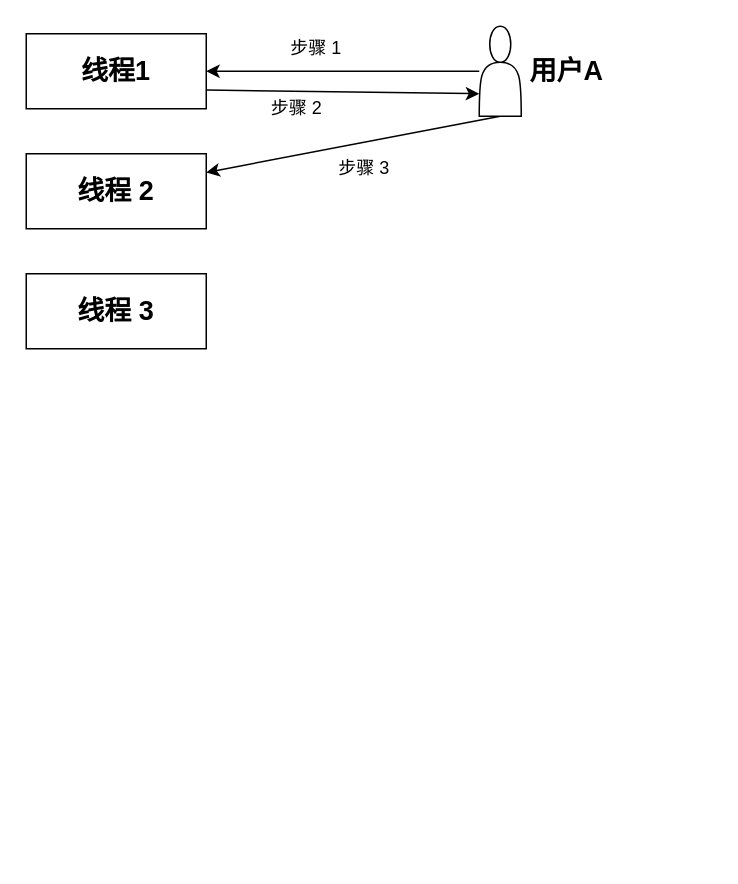
This is udp.drawio from ggandycong/blog-image, a draw.io file, before an edit. Source tidied: cells renumbered, new cells numbered last; positions are measured from the earlier drawing's top-left corner, leaving out a move shared by most shapes. Both pictures are drawn from the tidied source at 150%, with x=0, y=0 at pixel (26, 26).
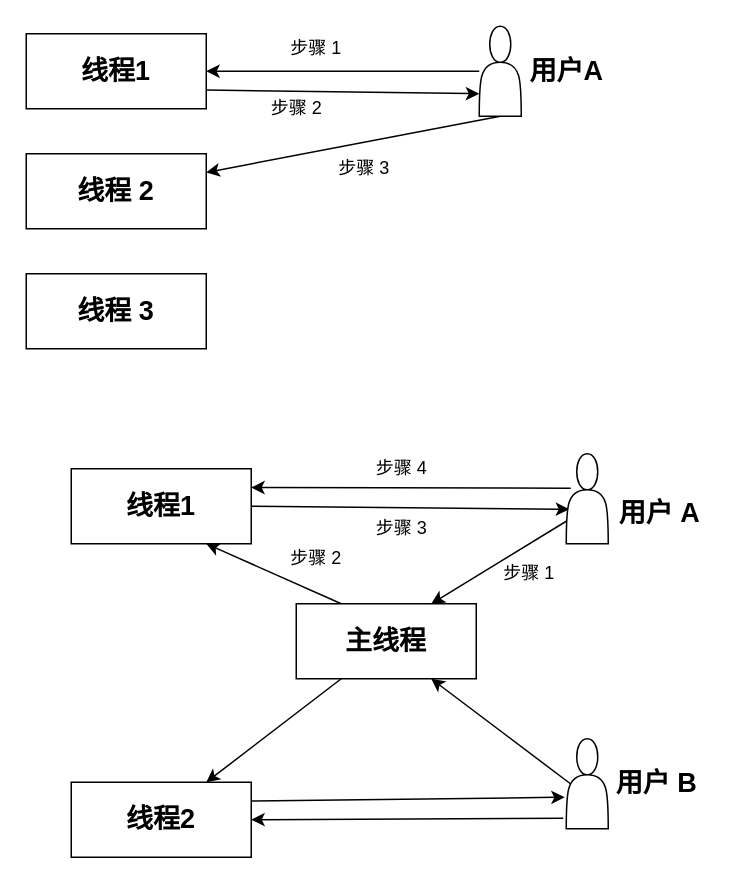
Above is the later version.

Diff of the diagram source:
```diff
@@
+    <mxCell id="13" style="edgeStyle=none;rounded=0;jettySize=auto;html=1;exitX=1;exitY=0.5;exitDx=0;exitDy=0;entryX=0.071;entryY=0.617;entryDx=0;entryDy=0;entryPerimeter=0;fontFamily=Helvetica;" parent="1" edge="1" source="14" target="20">
+      <mxGeometry relative="1" as="geometry" />
+    </mxCell>
+    <mxCell id="14" value="&lt;font style=&quot;font-size: 18px&quot;&gt;&lt;b&gt;线程1&lt;/b&gt;&lt;/font&gt;" style="rounded=0;whiteSpace=wrap;html=1;" parent="1" vertex="1">
+      <mxGeometry x="30" y="295" width="120" height="50" as="geometry" />
+    </mxCell>
+    <mxCell id="15" style="edgeStyle=none;rounded=0;jettySize=auto;html=1;exitX=0.25;exitY=0;exitDx=0;exitDy=0;entryX=0.75;entryY=1;entryDx=0;entryDy=0;fontFamily=Helvetica;" parent="1" edge="1" source="17" target="14">
+      <mxGeometry relative="1" as="geometry" />
+    </mxCell>
+    <mxCell id="16" style="edgeStyle=none;rounded=0;jettySize=auto;html=1;exitX=0.25;exitY=1;exitDx=0;exitDy=0;entryX=0.75;entryY=0;entryDx=0;entryDy=0;fontFamily=Helvetica;" parent="1" edge="1" source="17" target="22">
+      <mxGeometry relative="1" as="geometry" />
+    </mxCell>
+    <mxCell id="17" value="&lt;font style=&quot;font-size: 18px&quot;&gt;&lt;b&gt;主线程&lt;/b&gt;&lt;/font&gt;" style="rounded=0;whiteSpace=wrap;html=1;" parent="1" vertex="1">
+      <mxGeometry x="180" y="385" width="120" height="50" as="geometry" />
+    </mxCell>
+    <mxCell id="18" style="edgeStyle=none;rounded=0;jettySize=auto;html=1;exitX=0;exitY=0.75;exitDx=0;exitDy=0;entryX=0.75;entryY=0;entryDx=0;entryDy=0;fontFamily=Helvetica;" parent="1" edge="1" source="20" target="17">
+      <mxGeometry relative="1" as="geometry" />
+    </mxCell>
+    <mxCell id="19" style="edgeStyle=none;rounded=0;jettySize=auto;html=1;entryX=1;entryY=0.25;entryDx=0;entryDy=0;fontFamily=Helvetica;" parent="1" edge="1" target="14">
+      <mxGeometry relative="1" as="geometry">
+        <mxPoint x="363" y="308" as="sourcePoint" />
+      </mxGeometry>
+    </mxCell>
+    <mxCell id="20" style="shape=actor;whiteSpace=wrap;html=1;fontFamily=Helvetica;" parent="1" vertex="1">
+      <mxGeometry x="360" y="285" width="28" height="60" as="geometry" />
+    </mxCell>
+    <mxCell id="21" style="edgeStyle=none;rounded=0;jettySize=auto;html=1;exitX=1;exitY=0.25;exitDx=0;exitDy=0;entryX=-0.036;entryY=0.65;entryDx=0;entryDy=0;entryPerimeter=0;fontFamily=Helvetica;" parent="1" edge="1" source="22" target="25">
+      <mxGeometry relative="1" as="geometry" />
+    </mxCell>
+    <mxCell id="22" value="&lt;font style=&quot;font-size: 18px&quot;&gt;&lt;b&gt;线程2&lt;/b&gt;&lt;/font&gt;" style="rounded=0;whiteSpace=wrap;html=1;" parent="1" vertex="1">
+      <mxGeometry x="30" y="504" width="120" height="50" as="geometry" />
+    </mxCell>
+    <mxCell id="23" style="edgeStyle=none;rounded=0;jettySize=auto;html=1;exitX=0.1;exitY=0.5;exitDx=0;exitDy=0;exitPerimeter=0;entryX=0.75;entryY=1;entryDx=0;entryDy=0;fontFamily=Helvetica;" parent="1" edge="1" source="25" target="17">
+      <mxGeometry relative="1" as="geometry" />
+    </mxCell>
+    <mxCell id="24" style="edgeStyle=none;rounded=0;jettySize=auto;html=1;exitX=-0.071;exitY=0.883;exitDx=0;exitDy=0;entryX=1;entryY=0.5;entryDx=0;entryDy=0;fontFamily=Helvetica;exitPerimeter=0;" parent="1" edge="1" source="25" target="22">
+      <mxGeometry relative="1" as="geometry" />
+    </mxCell>
+    <mxCell id="25" style="shape=actor;whiteSpace=wrap;html=1;fontFamily=Helvetica;" parent="1" vertex="1">
+      <mxGeometry x="360" y="475" width="28" height="60" as="geometry" />
+    </mxCell>
+    <mxCell id="26" value="步骤 1" style="text;html=1;align=center;verticalAlign=middle;fontFamily=Helvetica;" parent="1" vertex="1">
+      <mxGeometry x="310" y="355" width="50" height="20" as="geometry" />
+    </mxCell>
+    <mxCell id="27" value="步骤 2" style="text;html=1;align=center;verticalAlign=middle;fontFamily=Helvetica;" parent="1" vertex="1">
+      <mxGeometry x="168" y="345" width="50" height="20" as="geometry" />
+    </mxCell>
+    <mxCell id="28" value="&lt;font style=&quot;font-size: 18px&quot;&gt;&lt;b&gt;用户 A&lt;/b&gt;&lt;/font&gt;" style="text;html=1;align=center;verticalAlign=middle;fontFamily=Helvetica;" parent="1" vertex="1">
+      <mxGeometry x="387" y="315" width="70" height="20" as="geometry" />
+    </mxCell>
+    <mxCell id="29" value="&lt;font style=&quot;font-size: 18px&quot;&gt;&lt;b&gt;用户 B&lt;/b&gt;&lt;/font&gt;" style="text;html=1;align=center;verticalAlign=middle;fontFamily=Helvetica;" parent="1" vertex="1">
+      <mxGeometry x="385" y="495" width="70" height="20" as="geometry" />
+    </mxCell>
+    <mxCell id="30" value="步骤 3" style="text;html=1;align=center;verticalAlign=middle;fontFamily=Helvetica;" parent="1" vertex="1">
+      <mxGeometry x="225" y="325" width="50" height="20" as="geometry" />
+    </mxCell>
+    <mxCell id="31" value="步骤 4" style="text;html=1;align=center;verticalAlign=middle;fontFamily=Helvetica;" parent="1" vertex="1">
+      <mxGeometry x="225" y="285" width="50" height="20" as="geometry" />
+    </mxCell>
```
